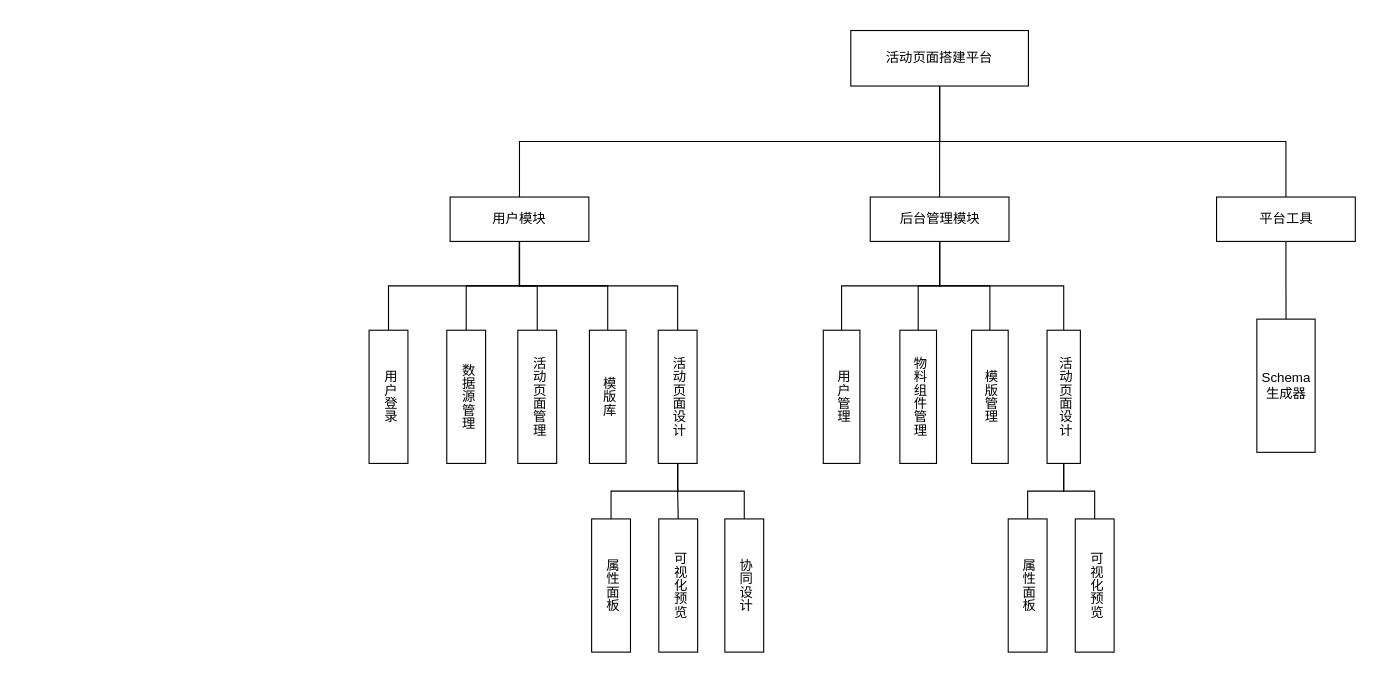
This is 整体框图.drawio from yuxinyu12345/diagrams, a draw.io file, before an edit. Source tidied: cells renumbered, new cells numbered last; positions are measured from the earlier drawing's top-left corner, leaving out a move shared by most shapes. Both pictures are drawn from the tidied source at 111%, with x=0, y=0 at pixel (369, 30).
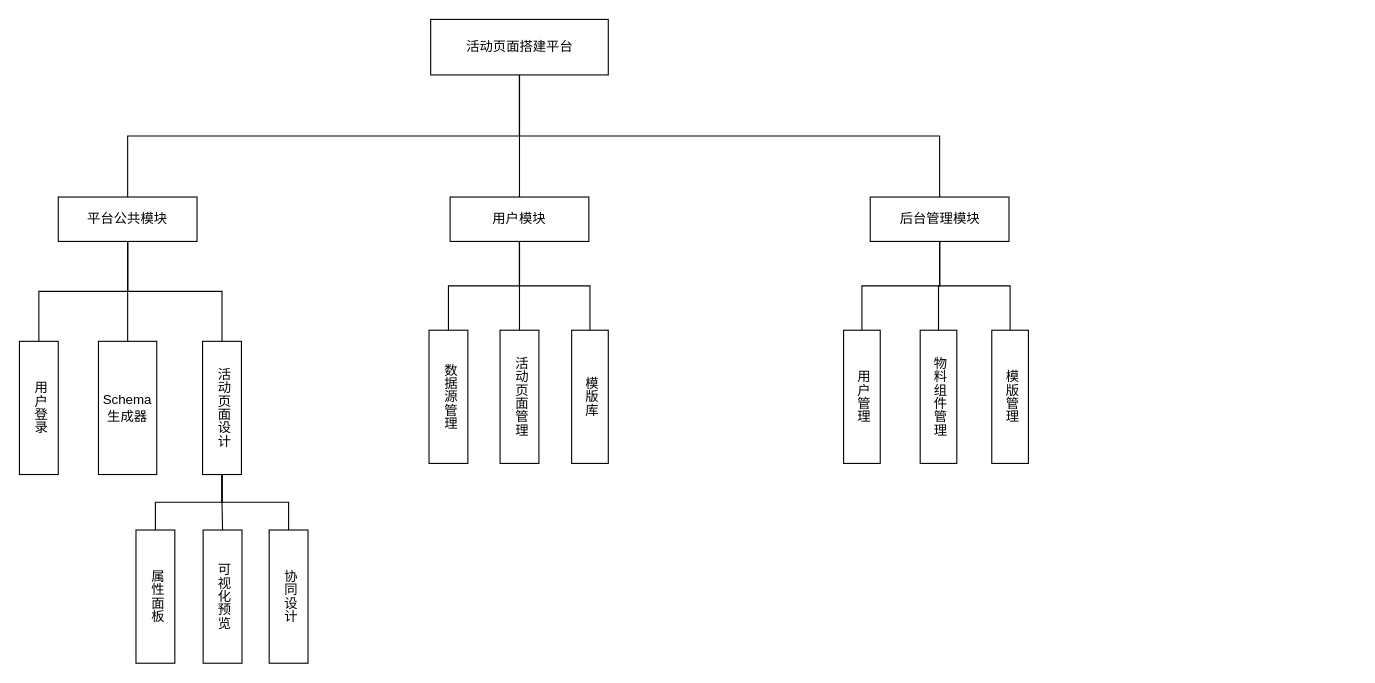
Above is the later version.

Commit message:
更新整体框图.drawio

The change refers to these unchanged cells:
```xml
<mxCell id="12" value="用户模块" style="rounded=0;whiteSpace=wrap;html=1;" parent="1" vertex="1">
  <mxGeometry x="73" y="150" width="125" height="40" as="geometry" />
</mxCell>
<mxCell id="17" value="后台管理模块" style="rounded=0;whiteSpace=wrap;html=1;" parent="1" vertex="1">
  <mxGeometry x="451.5" y="150" width="125" height="40" as="geometry" />
</mxCell>
```

What changed in the source:
```diff
@@
-    <mxCell id="2" value="用户登录" style="rounded=0;whiteSpace=wrap;html=1;verticalAlign=middle;align=center;labelPosition=center;verticalLabelPosition=middle;textDirection=vertical-rl;" parent="1" vertex="1">
-      <mxGeometry y="270" width="35" height="120" as="geometry" />
-    </mxCell>
@@
     <mxCell id="6" value="&lt;font style=&quot;font-size: 12px;&quot;&gt;活动页面搭建平台&lt;/font&gt;" style="rounded=0;whiteSpace=wrap;html=1;" parent="1" vertex="1">
-      <mxGeometry x="434" width="160" height="50" as="geometry" />
+      <mxGeometry x="55.5" y="-10" width="160" height="50" as="geometry" />
     </mxCell>
-    <mxCell id="7" style="edgeStyle=orthogonalEdgeStyle;rounded=0;jettySize=auto;html=1;exitX=0.5;exitY=1;exitDx=0;exitDy=0;entryX=0.5;entryY=0;entryDx=0;entryDy=0;endArrow=none;endFill=0;" parent="1" edge="1" source="12" target="2">
-      <mxGeometry relative="1" as="geometry" />
-    </mxCell>
@@
-    <mxCell id="11" style="edgeStyle=orthogonalEdgeStyle;rounded=0;jettySize=auto;html=1;exitX=0.5;exitY=1;exitDx=0;exitDy=0;entryX=0.5;entryY=0;entryDx=0;entryDy=0;endArrow=none;endFill=0;" parent="1" edge="1" source="12" target="26">
-      <mxGeometry relative="1" as="geometry" />
-    </mxCell>
@@
-    <mxCell id="16" style="edgeStyle=orthogonalEdgeStyle;rounded=0;jettySize=auto;html=1;exitX=0.5;exitY=1;exitDx=0;exitDy=0;entryX=0.5;entryY=0;entryDx=0;entryDy=0;endArrow=none;endFill=0;" parent="1" edge="1" source="17" target="29">
-      <mxGeometry relative="1" as="geometry" />
-    </mxCell>
@@
+    <mxCell id="39" style="edgeStyle=orthogonalEdgeStyle;rounded=0;jettySize=auto;html=1;exitX=0.5;exitY=1;exitDx=0;exitDy=0;entryX=0.5;entryY=0;entryDx=0;entryDy=0;endArrow=none;endFill=0;" parent="1" edge="1" source="19" target="2">
+      <mxGeometry relative="1" as="geometry" />
+    </mxCell>
+    <mxCell id="40" style="edgeStyle=orthogonalEdgeStyle;rounded=0;jettySize=auto;html=1;exitX=0.5;exitY=1;exitDx=0;exitDy=0;endArrow=none;endFill=0;" parent="1" edge="1" source="19" target="26">
+      <mxGeometry relative="1" as="geometry" />
+    </mxCell>
-    <mxCell id="19" value="平台工具" style="rounded=0;whiteSpace=wrap;html=1;" parent="1" vertex="1">
-      <mxGeometry x="763.5" y="150" width="125" height="40" as="geometry" />
+    <mxCell id="19" value="平台公共模块" style="rounded=0;whiteSpace=wrap;html=1;" parent="1" vertex="1">
+      <mxGeometry x="-280" y="150" width="125" height="40" as="geometry" />
     </mxCell>
     <mxCell id="20" value="数据源管理" style="rounded=0;whiteSpace=wrap;html=1;verticalAlign=middle;align=center;labelPosition=center;verticalLabelPosition=middle;textDirection=vertical-rl;" parent="1" vertex="1">
-      <mxGeometry x="70" y="270" width="35" height="120" as="geometry" />
+      <mxGeometry x="54" y="270" width="35" height="120" as="geometry" />
     </mxCell>
     <mxCell id="21" value="活动页面管理" style="rounded=0;whiteSpace=wrap;html=1;verticalAlign=middle;align=center;labelPosition=center;verticalLabelPosition=middle;textDirection=vertical-rl;strokeWidth=1;" parent="1" vertex="1">
-      <mxGeometry x="134" y="270" width="35" height="120" as="geometry" />
+      <mxGeometry x="118" y="270" width="35" height="120" as="geometry" />
     </mxCell>
     <mxCell id="22" value="模版库" style="rounded=0;whiteSpace=wrap;html=1;verticalAlign=middle;align=center;labelPosition=center;verticalLabelPosition=middle;textDirection=vertical-rl;spacing=0;" parent="1" vertex="1">
-      <mxGeometry x="198.5" y="270" width="33" height="120" as="geometry" />
+      <mxGeometry x="182.5" y="270" width="33" height="120" as="geometry" />
     </mxCell>
@@
     <mxCell id="26" value="活动页面设计" style="rounded=0;whiteSpace=wrap;html=1;verticalAlign=middle;align=center;labelPosition=center;verticalLabelPosition=middle;textDirection=vertical-rl;" parent="1" vertex="1">
-      <mxGeometry x="260.5" y="270" width="35" height="120" as="geometry" />
+      <mxGeometry x="-150" y="280" width="35" height="120" as="geometry" />
     </mxCell>
-    <mxCell id="27" style="edgeStyle=orthogonalEdgeStyle;rounded=0;jettySize=auto;html=1;exitX=0.5;exitY=1;exitDx=0;exitDy=0;entryX=0.5;entryY=0;entryDx=0;entryDy=0;endArrow=none;endFill=0;" parent="1" edge="1" source="29" target="37">
-      <mxGeometry relative="1" as="geometry" />
-    </mxCell>
-    <mxCell id="28" style="edgeStyle=orthogonalEdgeStyle;rounded=0;jettySize=auto;html=1;exitX=0.5;exitY=1;exitDx=0;exitDy=0;endArrow=none;endFill=0;" parent="1" edge="1" source="29" target="38">
-      <mxGeometry relative="1" as="geometry" />
-    </mxCell>
-    <mxCell id="29" value="活动页面设计" style="rounded=0;whiteSpace=wrap;html=1;verticalAlign=middle;align=center;labelPosition=center;verticalLabelPosition=middle;textDirection=vertical-rl;" parent="1" vertex="1">
-      <mxGeometry x="610.8" y="270" width="30" height="120" as="geometry" />
-    </mxCell>
     <mxCell id="30" value="用户管理" style="rounded=0;whiteSpace=wrap;html=1;verticalAlign=middle;align=center;labelPosition=center;verticalLabelPosition=middle;textDirection=vertical-rl;spacing=0;" parent="1" vertex="1">
-      <mxGeometry x="409.2" y="270" width="33" height="120" as="geometry" />
+      <mxGeometry x="427.5" y="270" width="33" height="120" as="geometry" />
     </mxCell>
     <mxCell id="31" value="物料组件管理" style="rounded=0;whiteSpace=wrap;html=1;verticalAlign=middle;align=center;labelPosition=center;verticalLabelPosition=middle;textDirection=vertical-rl;spacing=0;" parent="1" vertex="1">
-      <mxGeometry x="478.2" y="270" width="33" height="120" as="geometry" />
+      <mxGeometry x="496.5" y="270" width="33" height="120" as="geometry" />
     </mxCell>
     <mxCell id="32" value="模版管理" style="rounded=0;whiteSpace=wrap;html=1;verticalAlign=middle;align=center;labelPosition=center;verticalLabelPosition=middle;textDirection=vertical-rl;spacing=0;" parent="1" vertex="1">
-      <mxGeometry x="542.8" y="270" width="33" height="120" as="geometry" />
+      <mxGeometry x="561" y="270" width="33" height="120" as="geometry" />
     </mxCell>
     <mxCell id="33" value="Schema&lt;div&gt;生成器&lt;/div&gt;" style="rounded=0;whiteSpace=wrap;html=1;verticalAlign=middle;align=center;labelPosition=center;verticalLabelPosition=middle;textDirection=rtl;" parent="1" vertex="1">
-      <mxGeometry x="799.8" y="260" width="52.5" height="120" as="geometry" />
+      <mxGeometry x="-243.8" y="280" width="52.5" height="120" as="geometry" />
     </mxCell>
     <mxCell id="34" value="属性面板" style="rounded=0;whiteSpace=wrap;html=1;verticalAlign=middle;align=center;labelPosition=center;verticalLabelPosition=middle;textDirection=vertical-rl;" parent="1" vertex="1">
-      <mxGeometry x="200.5" y="440" width="35" height="120" as="geometry" />
+      <mxGeometry x="-210" y="450" width="35" height="120" as="geometry" />
     </mxCell>
     <mxCell id="35" value="可视化预览" style="rounded=0;whiteSpace=wrap;html=1;verticalAlign=middle;align=center;labelPosition=center;verticalLabelPosition=middle;textDirection=vertical-rl;" parent="1" vertex="1">
-      <mxGeometry x="261" y="440" width="35" height="120" as="geometry" />
+      <mxGeometry x="-149.5" y="450" width="35" height="120" as="geometry" />
     </mxCell>
     <mxCell id="36" value="协同设计" style="rounded=0;whiteSpace=wrap;html=1;verticalAlign=middle;align=center;labelPosition=center;verticalLabelPosition=middle;textDirection=vertical-rl;" parent="1" vertex="1">
-      <mxGeometry x="320.5" y="440" width="35" height="120" as="geometry" />
+      <mxGeometry x="-90" y="450" width="35" height="120" as="geometry" />
     </mxCell>
-    <mxCell id="37" value="属性面板" style="rounded=0;whiteSpace=wrap;html=1;verticalAlign=middle;align=center;labelPosition=center;verticalLabelPosition=middle;textDirection=vertical-rl;" parent="1" vertex="1">
-      <mxGeometry x="575.8" y="440" width="35" height="120" as="geometry" />
-    </mxCell>
-    <mxCell id="38" value="可视化预览" style="rounded=0;whiteSpace=wrap;html=1;verticalAlign=middle;align=center;labelPosition=center;verticalLabelPosition=middle;textDirection=vertical-rl;" parent="1" vertex="1">
-      <mxGeometry x="636.2" y="440" width="35" height="120" as="geometry" />
-    </mxCell>
+    <mxCell id="2" value="用户登录" style="rounded=0;whiteSpace=wrap;html=1;verticalAlign=middle;align=center;labelPosition=center;verticalLabelPosition=middle;textDirection=vertical-rl;" parent="1" vertex="1">
+      <mxGeometry x="-315" y="280" width="35" height="120" as="geometry" />
+    </mxCell>
```
